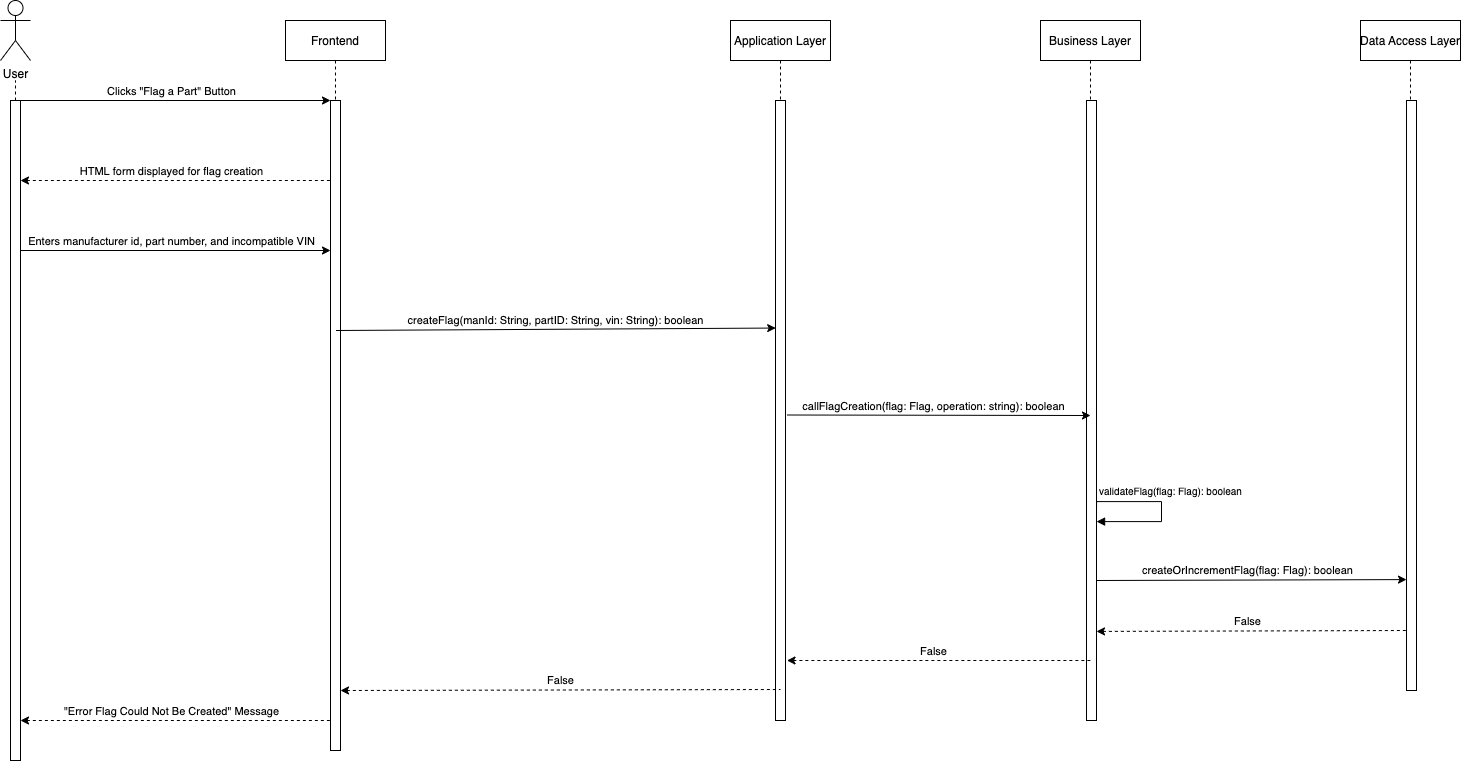
The draw.io diagram Deliverables/LLD/Unique Features/PartFlagging/Part Flagging Sequence Diagrams-Create_Flag_Database_Error_Failure.drawio.png in jaustinjr-code/MotoMoto, before a commit. Source tidied: cells renumbered, new cells last; positions are measured from the earlier drawing's top-left corner, leaving out a move shared by most shapes. The source it was exported from:
```xml
<mxGraphModel>
  <root>
    <mxCell id="0" />
    <mxCell id="1" parent="0" />
    <mxCell id="2" value="Frontend" style="shape=umlLifeline;perimeter=lifelinePerimeter;rounded=0;shadow=0;strokeWidth=1;" parent="1" vertex="1">
      <mxGeometry x="285" y="20" width="100" height="730" as="geometry" />
    </mxCell>
    <mxCell id="3" style="perimeter=orthogonalPerimeter;rounded=0;shadow=0;strokeWidth=1;" parent="2" vertex="1">
      <mxGeometry x="45" y="80" width="10" height="650" as="geometry" />
    </mxCell>
    <mxCell id="4" value="User" style="shape=umlActor;verticalLabelPosition=bottom;verticalAlign=top;html=1;" parent="1" vertex="1">
      <mxGeometry width="30" height="60" as="geometry" />
    </mxCell>
    <mxCell id="5" style="edgeStyle=orthogonalEdgeStyle;rounded=0;jettySize=auto;html=1;endArrow=none;endFill=0;dashed=1;startArrow=none;" parent="1" edge="1" source="7">
      <mxGeometry relative="1" as="geometry">
        <mxPoint x="14" y="550" as="targetPoint" />
        <Array as="points">
          <mxPoint x="13.7" y="370" />
        </Array>
      </mxGeometry>
    </mxCell>
    <mxCell id="6" style="edgeStyle=none;rounded=0;jettySize=auto;html=1;labelBackgroundColor=none;endArrow=none;endFill=0;dashed=1;" parent="1" edge="1" source="7">
      <mxGeometry relative="1" as="geometry">
        <mxPoint x="15" y="80" as="targetPoint" />
      </mxGeometry>
    </mxCell>
    <mxCell id="7" style="html=1;points=[];perimeter=orthogonalPerimeter;" parent="1" vertex="1">
      <mxGeometry x="10" y="100" width="10" height="660" as="geometry" />
    </mxCell>
    <mxCell id="8" style="endArrow=classic;html=1;rounded=0;labelBackgroundColor=none;" parent="1" edge="1">
      <mxGeometry relative="1" as="geometry">
        <mxPoint x="20" y="100" as="sourcePoint" />
        <mxPoint x="330" y="100" as="targetPoint" />
      </mxGeometry>
    </mxCell>
    <mxCell id="9" value="Clicks &quot;Flag a Part&quot; Button" style="edgeLabel;html=1;align=center;verticalAlign=middle;" parent="8" vertex="1">
      <mxGeometry x="0.06" y="-1" relative="1" as="geometry">
        <mxPoint x="-14" y="-11" as="offset" />
      </mxGeometry>
    </mxCell>
    <mxCell id="10" style="endArrow=none;html=1;rounded=0;labelBackgroundColor=none;endFill=0;startArrow=classic;startFill=1;dashed=1;" parent="1" edge="1">
      <mxGeometry relative="1" as="geometry">
        <mxPoint x="20" y="180" as="sourcePoint" />
        <mxPoint x="330" y="180" as="targetPoint" />
      </mxGeometry>
    </mxCell>
    <mxCell id="11" value="HTML form displayed for flag creation" style="edgeLabel;html=1;align=center;verticalAlign=middle;" parent="10" vertex="1">
      <mxGeometry x="0.06" y="-1" relative="1" as="geometry">
        <mxPoint x="-14" y="-11" as="offset" />
      </mxGeometry>
    </mxCell>
    <mxCell id="12" value="Application Layer" style="shape=umlLifeline;perimeter=lifelinePerimeter;rounded=0;shadow=0;strokeWidth=1;" parent="1" vertex="1">
      <mxGeometry x="730" y="20" width="100" height="700" as="geometry" />
    </mxCell>
    <mxCell id="13" style="points=[];perimeter=orthogonalPerimeter;rounded=0;shadow=0;strokeWidth=1;" parent="12" vertex="1">
      <mxGeometry x="45" y="80" width="10" height="620" as="geometry" />
    </mxCell>
    <mxCell id="14" style="endArrow=classic;html=1;rounded=0;labelBackgroundColor=none;" parent="1" edge="1">
      <mxGeometry relative="1" as="geometry">
        <mxPoint x="20" y="250" as="sourcePoint" />
        <mxPoint x="330" y="250" as="targetPoint" />
      </mxGeometry>
    </mxCell>
    <mxCell id="15" value="Enters manufacturer id, part number, and incompatible VIN" style="edgeLabel;html=1;align=center;verticalAlign=middle;" parent="14" vertex="1">
      <mxGeometry x="0.06" y="-1" relative="1" as="geometry">
        <mxPoint x="-14" y="-11" as="offset" />
      </mxGeometry>
    </mxCell>
    <mxCell id="16" style="endArrow=classic;html=1;rounded=0;labelBackgroundColor=none;entryX=0.018;entryY=0.367;entryDx=0;entryDy=0;entryPerimeter=0;" parent="1" edge="1" target="13">
      <mxGeometry relative="1" as="geometry">
        <mxPoint x="335.5" y="330" as="sourcePoint" />
      </mxGeometry>
    </mxCell>
    <mxCell id="17" value="createFlag(manId: String, partID: String, vin: String): boolean" style="edgeLabel;html=1;align=center;verticalAlign=middle;" parent="16" vertex="1">
      <mxGeometry x="0.06" y="-1" relative="1" as="geometry">
        <mxPoint x="-14" y="-11" as="offset" />
      </mxGeometry>
    </mxCell>
    <mxCell id="18" value="Business Layer" style="shape=umlLifeline;perimeter=lifelinePerimeter;rounded=0;shadow=0;strokeWidth=1;" parent="1" vertex="1">
      <mxGeometry x="1040" y="20" width="100" height="700" as="geometry" />
    </mxCell>
    <mxCell id="19" style="perimeter=orthogonalPerimeter;rounded=0;shadow=0;strokeWidth=1;" parent="18" vertex="1">
      <mxGeometry x="46" y="80" width="10" height="620" as="geometry" />
    </mxCell>
    <mxCell id="20" style="endArrow=classic;html=1;rounded=0;labelBackgroundColor=none;" parent="1" edge="1">
      <mxGeometry relative="1" as="geometry">
        <mxPoint x="786.5" y="414.5" as="sourcePoint" />
        <mxPoint x="1090" y="415" as="targetPoint" />
      </mxGeometry>
    </mxCell>
    <mxCell id="21" value="callFlagCreation(flag: Flag, operation: string): boolean" style="edgeLabel;html=1;align=center;verticalAlign=middle;" parent="20" vertex="1">
      <mxGeometry x="0.06" y="-1" relative="1" as="geometry">
        <mxPoint x="-14" y="-11" as="offset" />
      </mxGeometry>
    </mxCell>
    <mxCell id="22" style="verticalAlign=bottom;endArrow=block;shadow=0;strokeWidth=1;rounded=0;edgeStyle=orthogonalEdgeStyle;align=center;" parent="1" edge="1">
      <mxGeometry x="-0.31" relative="1" as="geometry">
        <mxPoint x="1096" y="511" as="sourcePoint" />
        <mxPoint x="1096" y="521" as="targetPoint" />
        <Array as="points">
          <mxPoint x="1096" y="501" />
          <mxPoint x="1161" y="501" />
          <mxPoint x="1161" y="521" />
          <mxPoint x="1096" y="521" />
        </Array>
      </mxGeometry>
    </mxCell>
    <mxCell id="23" value="validateFlag(flag: Flag): boolean" style="text;html=1;align=center;verticalAlign=middle;strokeColor=none;fillColor=none;fontSize=10;" parent="1" vertex="1">
      <mxGeometry x="1090" y="480" width="160" height="20" as="geometry" />
    </mxCell>
    <mxCell id="24" style="endArrow=classic;html=1;rounded=0;labelBackgroundColor=none;entryX=-0.4;entryY=0.812;entryDx=0;entryDy=0;entryPerimeter=0;" parent="1" edge="1">
      <mxGeometry relative="1" as="geometry">
        <mxPoint x="1096" y="580" as="sourcePoint" />
        <mxPoint x="1406" y="579.1" as="targetPoint" />
      </mxGeometry>
    </mxCell>
    <mxCell id="25" value="createOrIncrementFlag(flag: Flag): boolean" style="edgeLabel;html=1;align=center;verticalAlign=middle;" parent="24" vertex="1">
      <mxGeometry x="0.06" y="-1" relative="1" as="geometry">
        <mxPoint x="-14" y="-11" as="offset" />
      </mxGeometry>
    </mxCell>
    <mxCell id="26" value="Data Access Layer" style="shape=umlLifeline;perimeter=lifelinePerimeter;rounded=0;shadow=0;strokeWidth=1;" parent="1" vertex="1">
      <mxGeometry x="1360" y="20" width="100" height="670" as="geometry" />
    </mxCell>
    <mxCell id="27" style="perimeter=orthogonalPerimeter;rounded=0;shadow=0;strokeWidth=1;" parent="26" vertex="1">
      <mxGeometry x="46" y="80" width="10" height="590" as="geometry" />
    </mxCell>
    <mxCell id="28" style="endArrow=none;html=1;rounded=0;labelBackgroundColor=none;entryX=-0.4;entryY=0.812;entryDx=0;entryDy=0;entryPerimeter=0;endFill=0;startArrow=classic;startFill=1;dashed=1;" parent="1" edge="1">
      <mxGeometry relative="1" as="geometry">
        <mxPoint x="1096" y="630.9" as="sourcePoint" />
        <mxPoint x="1406" y="630" as="targetPoint" />
      </mxGeometry>
    </mxCell>
    <mxCell id="29" value="False" style="edgeLabel;html=1;align=center;verticalAlign=middle;" parent="28" vertex="1">
      <mxGeometry x="0.06" y="-1" relative="1" as="geometry">
        <mxPoint x="-14" y="-11" as="offset" />
      </mxGeometry>
    </mxCell>
    <mxCell id="30" style="endArrow=none;html=1;rounded=0;labelBackgroundColor=none;dashed=1;endFill=0;startArrow=classic;startFill=1;" parent="1" edge="1">
      <mxGeometry relative="1" as="geometry">
        <mxPoint x="786.5" y="660" as="sourcePoint" />
        <mxPoint x="1090" y="660" as="targetPoint" />
      </mxGeometry>
    </mxCell>
    <mxCell id="31" value="False" style="edgeLabel;html=1;align=center;verticalAlign=middle;" parent="30" vertex="1">
      <mxGeometry x="0.06" y="-1" relative="1" as="geometry">
        <mxPoint x="-14" y="-11" as="offset" />
      </mxGeometry>
    </mxCell>
    <mxCell id="32" style="endArrow=none;html=1;rounded=0;labelBackgroundColor=none;dashed=1;endFill=0;startArrow=classic;startFill=1;" parent="1" edge="1">
      <mxGeometry relative="1" as="geometry">
        <mxPoint x="340" y="690" as="sourcePoint" />
        <mxPoint x="780" y="689" as="targetPoint" />
      </mxGeometry>
    </mxCell>
    <mxCell id="33" value="False" style="edgeLabel;html=1;align=center;verticalAlign=middle;" parent="32" vertex="1">
      <mxGeometry x="0.06" y="-1" relative="1" as="geometry">
        <mxPoint x="-14" y="-11" as="offset" />
      </mxGeometry>
    </mxCell>
    <mxCell id="34" style="endArrow=none;html=1;rounded=0;labelBackgroundColor=none;endFill=0;startArrow=classic;startFill=1;dashed=1;" parent="1" edge="1">
      <mxGeometry relative="1" as="geometry">
        <mxPoint x="20" y="720" as="sourcePoint" />
        <mxPoint x="330" y="720" as="targetPoint" />
      </mxGeometry>
    </mxCell>
    <mxCell id="35" value="&quot;Error Flag Could Not Be Created&quot; Message" style="edgeLabel;html=1;align=center;verticalAlign=middle;" parent="34" vertex="1">
      <mxGeometry x="0.06" y="-1" relative="1" as="geometry">
        <mxPoint x="-14" y="-11" as="offset" />
      </mxGeometry>
    </mxCell>
  </root>
</mxGraphModel>
```
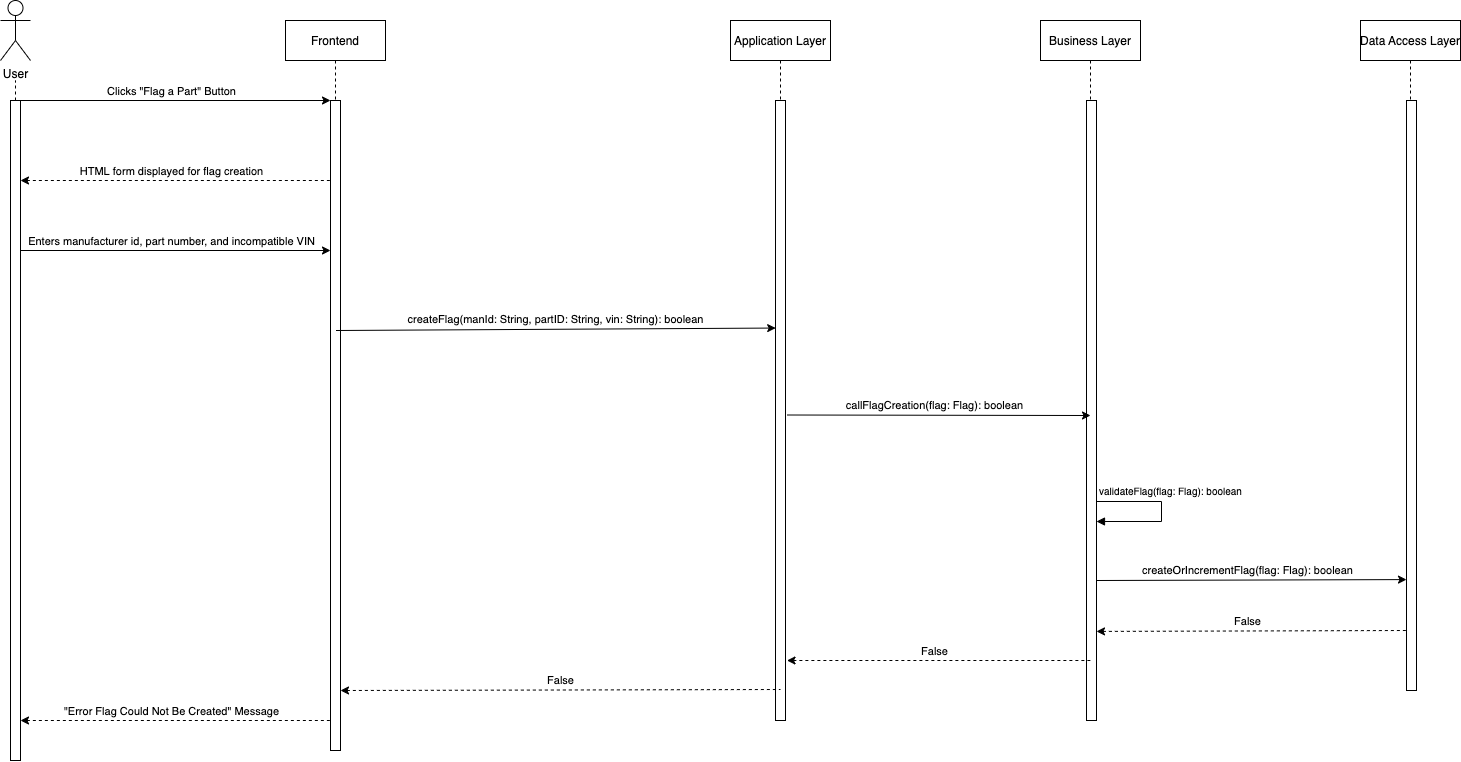
The same diagram one commit later.

Commit message:
Part Flagging: New sequence diagrams update with better design

The edit, as a diff of the source:
```diff
@@ -88,7 +88,7 @@
         <mxPoint x="1090" y="415" as="targetPoint" />
       </mxGeometry>
     </mxCell>
-    <mxCell id="21" value="callFlagCreation(flag: Flag, operation: string): boolean" style="edgeLabel;html=1;align=center;verticalAlign=middle;" parent="20" vertex="1">
+    <mxCell id="21" value="callFlagCreation(flag: Flag): boolean" style="edgeLabel;html=1;align=center;verticalAlign=middle;" parent="20" vertex="1">
       <mxGeometry x="0.06" y="-1" relative="1" as="geometry">
         <mxPoint x="-14" y="-11" as="offset" />
       </mxGeometry>
```
